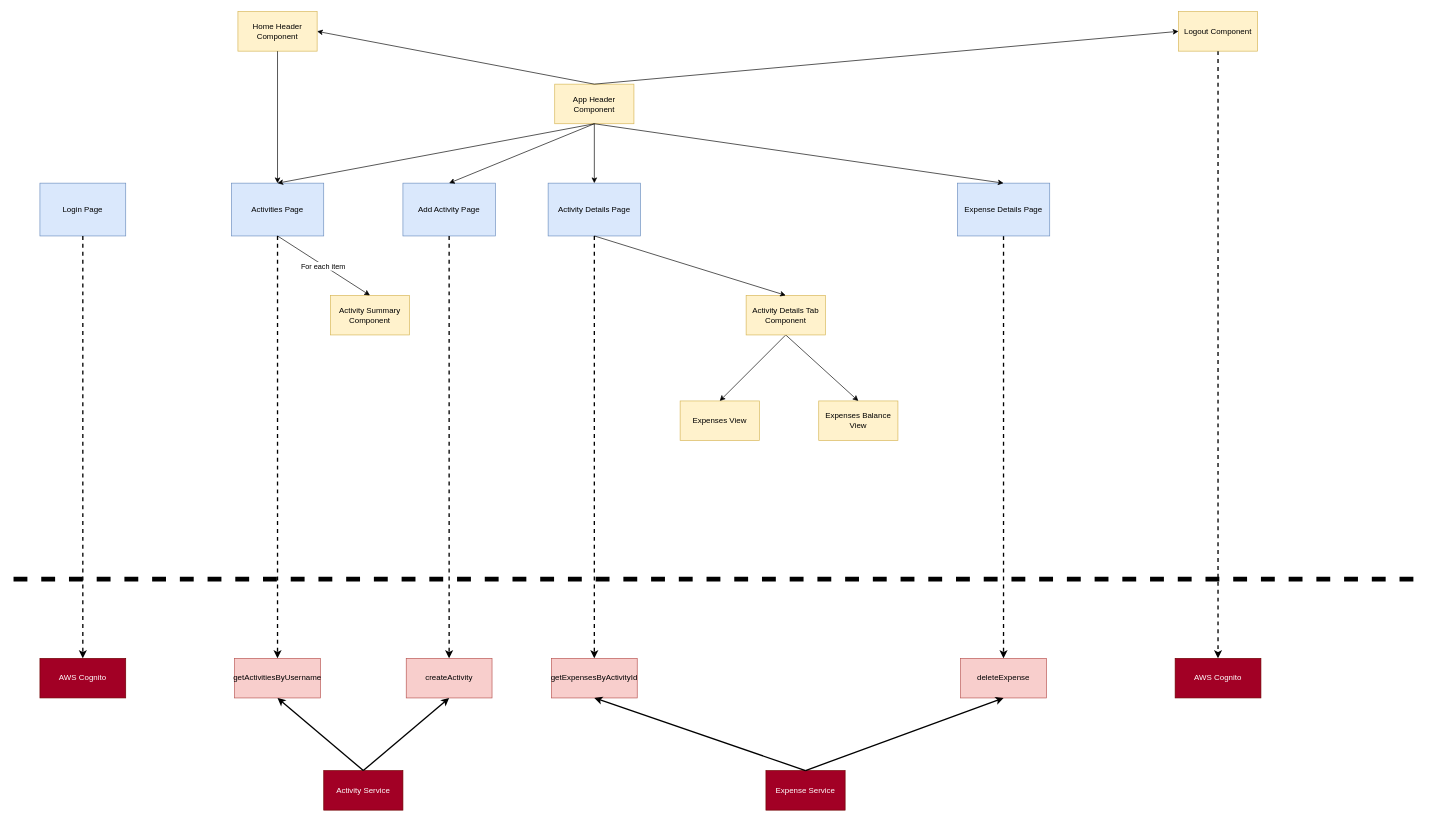
Earlier version of the draw.io diagram docs/xpenses_architecture.drawio (ths83/-xpensesApp). Source tidied: cells renumbered, new cells numbered last; positions are measured from the earlier drawing's top-left corner, leaving out a move shared by most shapes. Both pictures are drawn from the tidied source at 66%, with x=0, y=0 at pixel (13, 11).
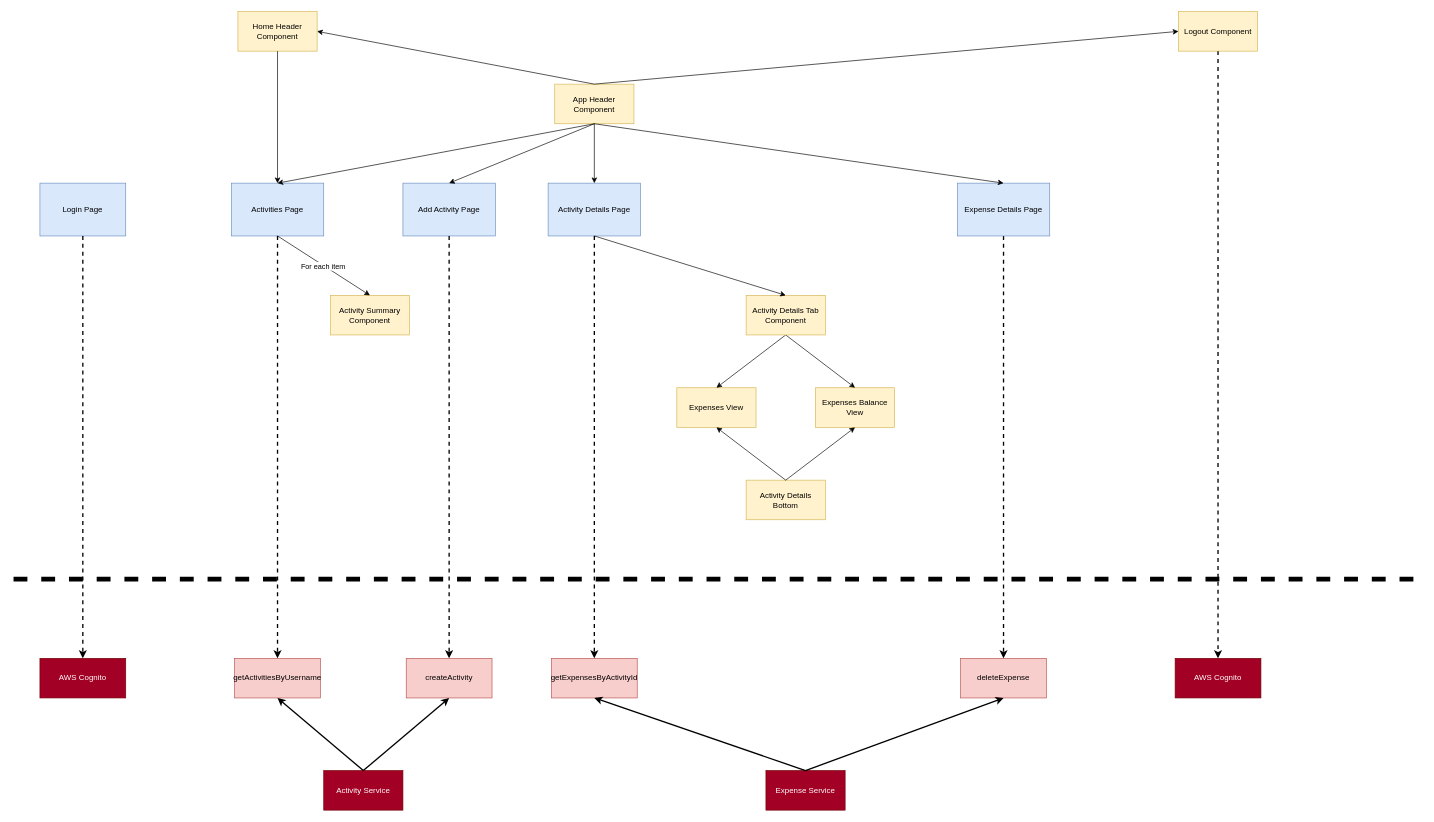
The same page after the edit.

Commit message (it also covers changes not shown here):
Commit #10 Create activity details bottom component

Diff of the diagram source:
```diff
@@
     <mxCell id="5" value="Expenses View" style="rounded=0;whiteSpace=wrap;html=1;fillColor=#fff2cc;strokeColor=#d6b656;" parent="1" vertex="1">
-      <mxGeometry x="1010" y="590" width="120" height="60" as="geometry" />
+      <mxGeometry x="1005" y="570" width="120" height="60" as="geometry" />
     </mxCell>
     <mxCell id="6" value="Expenses Balance View" style="rounded=0;whiteSpace=wrap;html=1;fillColor=#fff2cc;strokeColor=#d6b656;" parent="1" vertex="1">
-      <mxGeometry x="1220" y="590" width="120" height="60" as="geometry" />
+      <mxGeometry x="1215" y="570" width="120" height="60" as="geometry" />
     </mxCell>
@@
+    <mxCell id="45" value="Activity Details Bottom" style="rounded=0;whiteSpace=wrap;html=1;fillColor=#fff2cc;strokeColor=#d6b656;" parent="1" vertex="1">
+      <mxGeometry x="1110" y="710" width="120" height="60" as="geometry" />
+    </mxCell>
+    <mxCell id="46" style="endArrow=classic;html=1;entryX=0.5;entryY=1;entryDx=0;entryDy=0;exitX=0.5;exitY=0;exitDx=0;exitDy=0;" parent="1" edge="1" source="45" target="5">
+      <mxGeometry relative="1" as="geometry" />
+    </mxCell>
+    <mxCell id="47" style="endArrow=classic;html=1;entryX=0.5;entryY=1;entryDx=0;entryDy=0;" parent="1" edge="1" target="6">
+      <mxGeometry relative="1" as="geometry">
+        <mxPoint x="1170" y="710" as="sourcePoint" />
+      </mxGeometry>
+    </mxCell>
```
